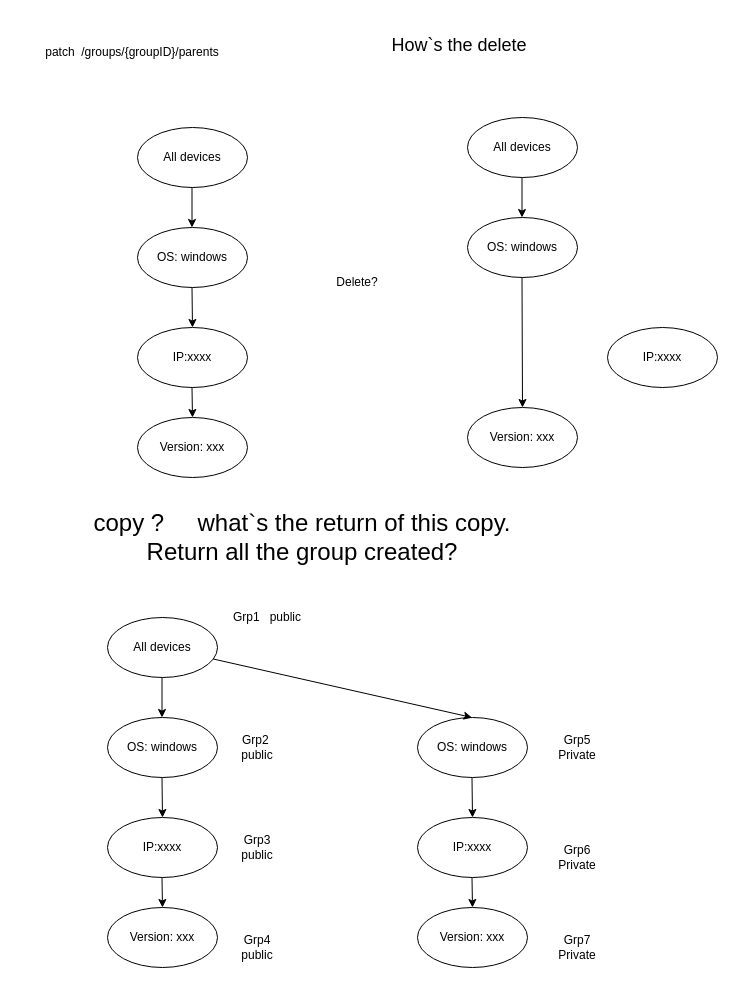
zhangwm1987/mydraw_io keeps this draw.io diagram as page "hierachy" (3 of 3) of GroupingService.drawio. Above is the earlier version. Source tidied: cells renumbered, new cells numbered last; positions are measured from the earlier drawing's top-left corner, leaving out a move shared by most shapes. Both pictures are drawn from the tidied source at 100%, with x=0, y=0 at pixel (17, 17).
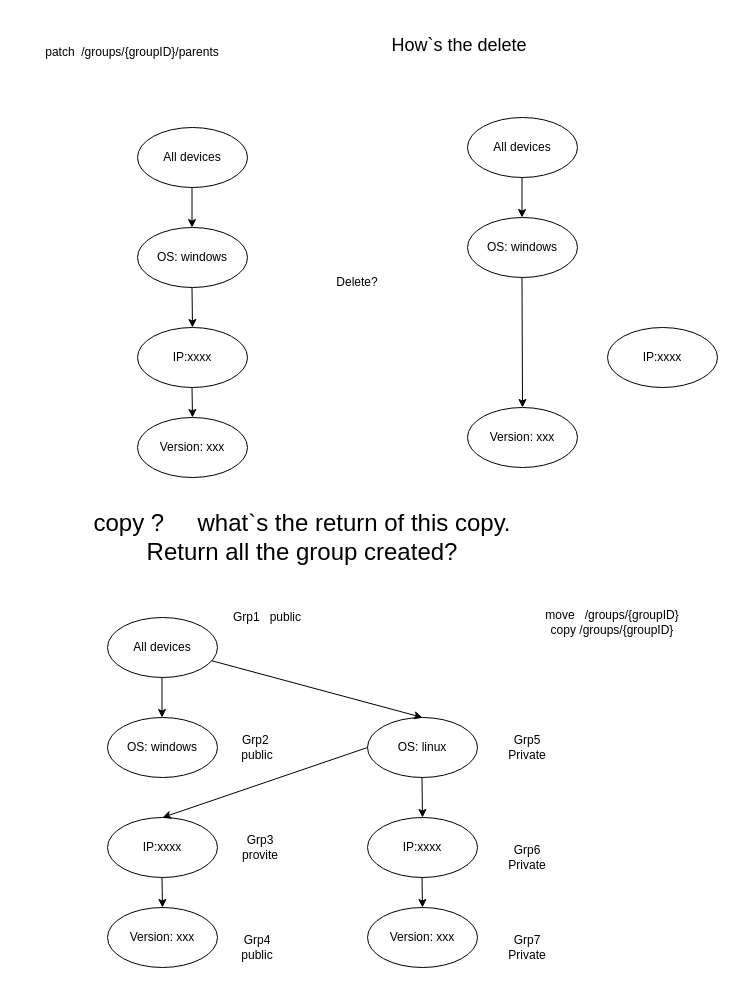
After the change.

The change refers to these unchanged cells:
```xml
<mxCell id="19" value="All devices" style="ellipse;whiteSpace=wrap;html=1;" parent="1" vertex="1">
  <mxGeometry x="90" y="600" width="110" height="60" as="geometry" />
</mxCell>
```

Diff of the diagram source:
```diff
@@
-    <mxCell id="24" style="endArrow=classic;html=1;" parent="1" edge="1">
+    <mxCell id="24" style="endArrow=classic;html=1;exitX=0;exitY=0.5;exitDx=0;exitDy=0;" parent="1" edge="1" source="26">
       <mxGeometry relative="1" as="geometry">
-        <mxPoint x="144.5" y="760" as="sourcePoint" />
         <mxPoint x="145" y="800" as="targetPoint" />
       </mxGeometry>
     </mxCell>
@@
-    <mxCell id="26" value="OS: windows" style="ellipse;whiteSpace=wrap;html=1;" parent="1" vertex="1">
-      <mxGeometry x="400" y="700" width="110" height="60" as="geometry" />
+    <mxCell id="26" value="OS: linux" style="ellipse;whiteSpace=wrap;html=1;" parent="1" vertex="1">
+      <mxGeometry x="350" y="700" width="110" height="60" as="geometry" />
     </mxCell>
     <mxCell id="27" value="IP:xxxx" style="ellipse;whiteSpace=wrap;html=1;" parent="1" vertex="1">
-      <mxGeometry x="400" y="800" width="110" height="60" as="geometry" />
+      <mxGeometry x="350" y="800" width="110" height="60" as="geometry" />
     </mxCell>
     <mxCell id="28" value="Version: xxx" style="ellipse;whiteSpace=wrap;html=1;" parent="1" vertex="1">
-      <mxGeometry x="400" y="890" width="110" height="60" as="geometry" />
+      <mxGeometry x="350" y="890" width="110" height="60" as="geometry" />
     </mxCell>
-    <mxCell id="29" style="endArrow=classic;html=1;" parent="1" edge="1" source="19">
-      <mxGeometry relative="1" as="geometry">
-        <mxPoint x="454.5" y="700" as="targetPoint" />
-      </mxGeometry>
+    <mxCell id="29" style="endArrow=classic;html=1;entryX=0.5;entryY=0;entryDx=0;entryDy=0;" parent="1" edge="1" source="19" target="26">
+      <mxGeometry relative="1" as="geometry" />
     </mxCell>
     <mxCell id="30" style="endArrow=classic;html=1;" parent="1" edge="1">
       <mxGeometry relative="1" as="geometry">
-        <mxPoint x="454.5" y="760" as="sourcePoint" />
-        <mxPoint x="455" y="800" as="targetPoint" />
+        <mxPoint x="404.5" y="760" as="sourcePoint" />
+        <mxPoint x="405" y="800" as="targetPoint" />
       </mxGeometry>
     </mxCell>
     <mxCell id="31" style="endArrow=classic;html=1;" parent="1" edge="1">
       <mxGeometry relative="1" as="geometry">
-        <mxPoint x="454.5" y="860" as="sourcePoint" />
-        <mxPoint x="455" y="890" as="targetPoint" />
+        <mxPoint x="404.5" y="860" as="sourcePoint" />
+        <mxPoint x="405" y="890" as="targetPoint" />
       </mxGeometry>
     </mxCell>
@@
-    <mxCell id="34" value="&lt;div&gt;Grp3&lt;br&gt;&lt;/div&gt;&lt;div&gt;public&lt;/div&gt;" style="text;html=1;strokeColor=none;fillColor=none;align=center;verticalAlign=middle;whiteSpace=wrap;rounded=0;" parent="1" vertex="1">
-      <mxGeometry x="220" y="820" width="40" height="20" as="geometry" />
+    <mxCell id="34" value="&lt;div&gt;Grp3&lt;br&gt;&lt;/div&gt;&lt;div&gt;provite&lt;br&gt;&lt;/div&gt;" style="text;html=1;strokeColor=none;fillColor=none;align=center;verticalAlign=middle;whiteSpace=wrap;rounded=0;" parent="1" vertex="1">
+      <mxGeometry x="223" y="820" width="40" height="20" as="geometry" />
     </mxCell>
@@
     <mxCell id="36" value="&lt;div&gt;Grp5&lt;/div&gt;&lt;div&gt;Private&lt;/div&gt;" style="text;html=1;strokeColor=none;fillColor=none;align=center;verticalAlign=middle;whiteSpace=wrap;rounded=0;" parent="1" vertex="1">
-      <mxGeometry x="540" y="720" width="40" height="20" as="geometry" />
+      <mxGeometry x="490" y="720" width="40" height="20" as="geometry" />
     </mxCell>
     <mxCell id="37" value="&lt;div&gt;Grp6&lt;/div&gt;&lt;div&gt;Private&lt;/div&gt;" style="text;html=1;strokeColor=none;fillColor=none;align=center;verticalAlign=middle;whiteSpace=wrap;rounded=0;" parent="1" vertex="1">
-      <mxGeometry x="540" y="830" width="40" height="20" as="geometry" />
+      <mxGeometry x="490" y="830" width="40" height="20" as="geometry" />
     </mxCell>
     <mxCell id="38" value="&lt;div&gt;Grp7&lt;/div&gt;&lt;div&gt;Private&lt;/div&gt;" style="text;html=1;strokeColor=none;fillColor=none;align=center;verticalAlign=middle;whiteSpace=wrap;rounded=0;" parent="1" vertex="1">
-      <mxGeometry x="540" y="920" width="40" height="20" as="geometry" />
+      <mxGeometry x="490" y="920" width="40" height="20" as="geometry" />
     </mxCell>
+    <mxCell id="39" value="&lt;div&gt;move&amp;nbsp;&amp;nbsp; /groups/{groupID}&lt;/div&gt;&lt;div&gt;copy /groups/{groupID}&lt;/div&gt;" style="text;html=1;strokeColor=none;fillColor=none;align=center;verticalAlign=middle;whiteSpace=wrap;rounded=0;" parent="1" vertex="1">
+      <mxGeometry x="480" y="580" width="230" height="50" as="geometry" />
+    </mxCell>
```
